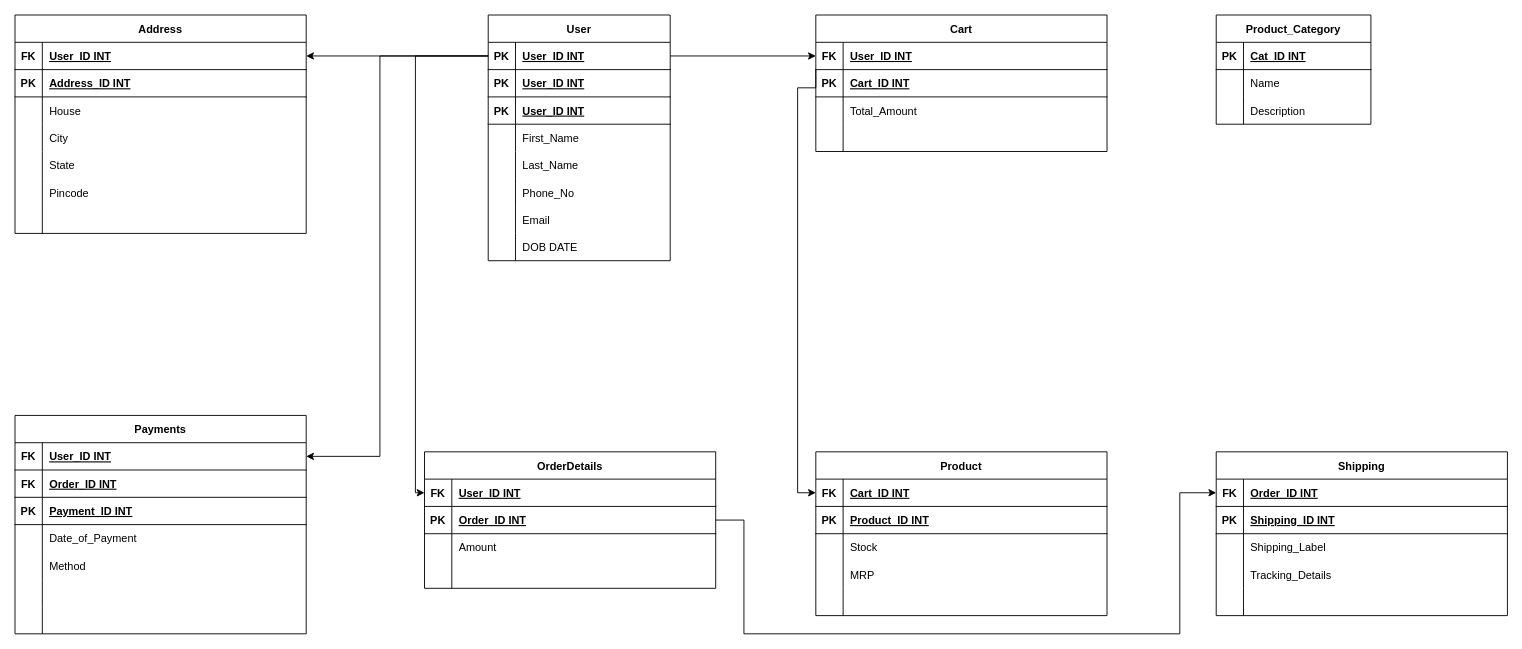
Before: ER Block Diagram.drawio in KrishnaBitthariya/college-codes, a draw.io diagram. Source tidied: cells renumbered, new cells numbered last; positions are measured from the earlier drawing's top-left corner, leaving out a move shared by most shapes. Both pictures are drawn from the tidied source at 91%, with x=0, y=0 at pixel (15, 15).
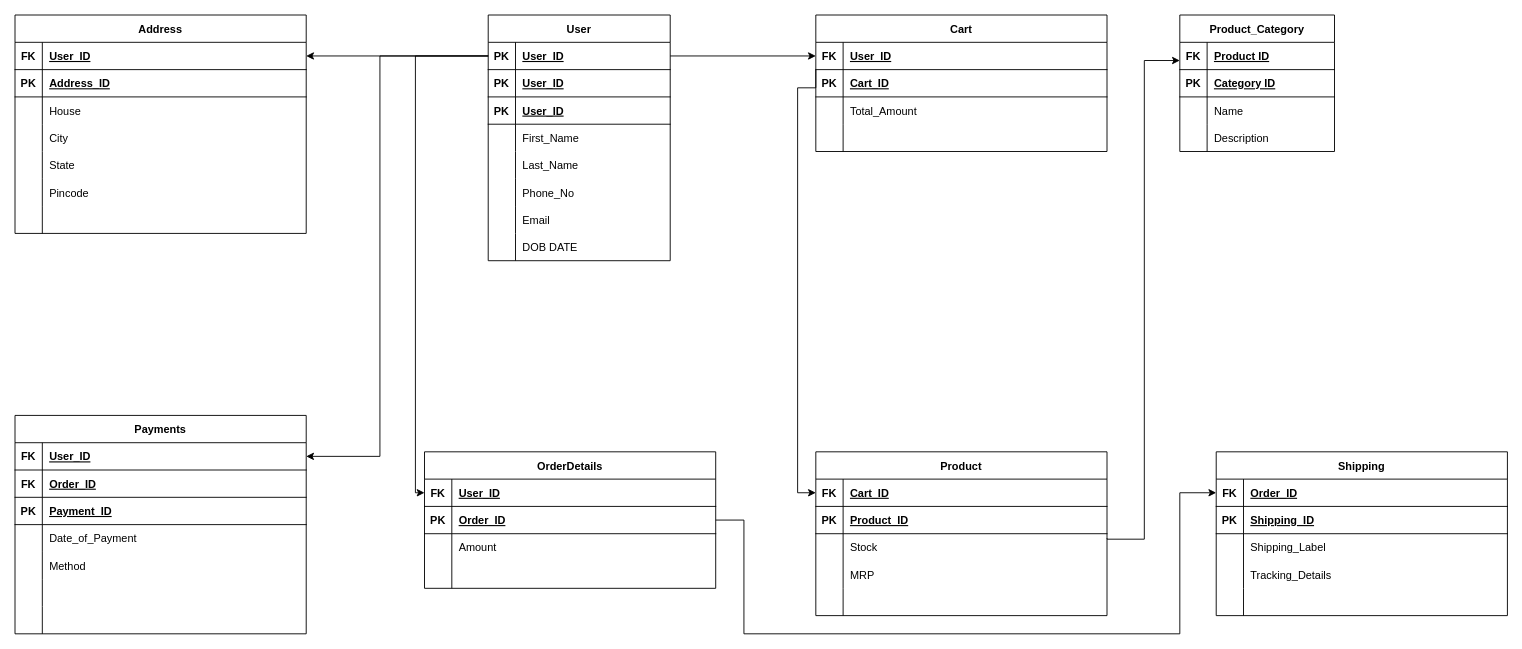
Above is the later version.

The change refers to these unchanged cells:
```xml
<mxCell id="3" style="shape=tableRow;horizontal=0;startSize=0;swimlaneHead=0;swimlaneBody=0;fillColor=none;points=[[0,0.5],[1,0.5]];portConstraint=eastwest;strokeColor=inherit;top=0;left=0;right=0;bottom=1;" parent="2" vertex="1">
  <mxGeometry y="30" width="200" height="30" as="geometry" />
</mxCell>
<mxCell id="6" style="shape=tableRow;horizontal=0;startSize=0;swimlaneHead=0;swimlaneBody=0;fillColor=none;strokeColor=inherit;top=0;left=0;right=0;bottom=1;" parent="2" vertex="1">
  <mxGeometry y="60" width="200" height="30" as="geometry" />
</mxCell>
<mxCell id="9" style="shape=tableRow;horizontal=0;startSize=0;swimlaneHead=0;swimlaneBody=0;fillColor=none;strokeColor=inherit;top=0;left=0;right=0;bottom=1;" parent="2" vertex="1">
  <mxGeometry y="90" width="200" height="30" as="geometry" />
</mxCell>
<mxCell id="28" style="shape=tableRow;horizontal=0;startSize=0;swimlaneHead=0;swimlaneBody=0;fillColor=none;points=[[0,0.5],[1,0.5]];portConstraint=eastwest;strokeColor=inherit;top=0;left=0;right=0;bottom=1;" parent="27" vertex="1">
  <mxGeometry y="30" width="320" height="30" as="geometry" />
</mxCell>
<mxCell id="31" style="shape=tableRow;horizontal=0;startSize=0;swimlaneHead=0;swimlaneBody=0;fillColor=none;strokeColor=inherit;top=0;left=0;right=0;bottom=1;" parent="27" vertex="1">
  <mxGeometry y="60" width="320" height="30" as="geometry" />
</mxCell>
<mxCell id="50" style="shape=tableRow;horizontal=0;startSize=0;swimlaneHead=0;swimlaneBody=0;fillColor=none;points=[[0,0.5],[1,0.5]];portConstraint=eastwest;strokeColor=inherit;top=0;left=0;right=0;bottom=1;" parent="49" vertex="1">
  <mxGeometry y="30" width="320" height="30" as="geometry" />
</mxCell>
<mxCell id="53" style="shape=tableRow;horizontal=0;startSize=0;swimlaneHead=0;swimlaneBody=0;fillColor=none;strokeColor=inherit;top=0;left=0;right=0;bottom=1;" parent="49" vertex="1">
  <mxGeometry y="60" width="320" height="30" as="geometry" />
</mxCell>
<mxCell id="63" style="shape=tableRow;horizontal=0;startSize=0;swimlaneHead=0;swimlaneBody=0;fillColor=none;points=[[0,0.5],[1,0.5]];portConstraint=eastwest;strokeColor=inherit;top=0;left=0;right=0;bottom=1;" parent="62" vertex="1">
  <mxGeometry y="30" width="320" height="30" as="geometry" />
</mxCell>
<mxCell id="66" style="shape=tableRow;horizontal=0;startSize=0;swimlaneHead=0;swimlaneBody=0;fillColor=none;strokeColor=inherit;top=0;left=0;right=0;bottom=1;" parent="62" vertex="1">
  <mxGeometry y="60" width="320" height="30" as="geometry" />
</mxCell>
<mxCell id="79" style="shape=tableRow;horizontal=0;startSize=0;swimlaneHead=0;swimlaneBody=0;fillColor=none;points=[[0,0.5],[1,0.5]];portConstraint=eastwest;strokeColor=inherit;top=0;left=0;right=0;bottom=1;" parent="78" vertex="1">
  <mxGeometry y="30" width="170" height="30" as="geometry" />
</mxCell>
<mxCell id="89" style="shape=tableRow;horizontal=0;startSize=0;swimlaneHead=0;swimlaneBody=0;fillColor=none;points=[[0,0.5],[1,0.5]];portConstraint=eastwest;strokeColor=inherit;top=0;left=0;right=0;bottom=1;" parent="88" vertex="1">
  <mxGeometry y="30" width="320" height="30" as="geometry" />
</mxCell>
<mxCell id="92" style="shape=tableRow;horizontal=0;startSize=0;swimlaneHead=0;swimlaneBody=0;fillColor=none;points=[[0,0.5],[1,0.5]];portConstraint=eastwest;strokeColor=inherit;top=0;left=0;right=0;bottom=1;" parent="88" vertex="1">
  <mxGeometry y="60" width="320" height="30" as="geometry" />
</mxCell>
<mxCell id="102" style="shape=tableRow;horizontal=0;startSize=0;swimlaneHead=0;swimlaneBody=0;fillColor=none;points=[[0,0.5],[1,0.5]];portConstraint=eastwest;strokeColor=inherit;top=0;left=0;right=0;bottom=1;" parent="101" vertex="1">
  <mxGeometry y="30" width="320" height="30" as="geometry" />
</mxCell>
<mxCell id="105" style="shape=tableRow;horizontal=0;startSize=0;swimlaneHead=0;swimlaneBody=0;fillColor=none;strokeColor=inherit;top=0;left=0;right=0;bottom=1;" parent="101" vertex="1">
  <mxGeometry y="60" width="320" height="30" as="geometry" />
</mxCell>
<mxCell id="108" style="shape=tableRow;horizontal=0;startSize=0;swimlaneHead=0;swimlaneBody=0;fillColor=none;strokeColor=inherit;top=0;left=0;right=0;bottom=1;" parent="101" vertex="1">
  <mxGeometry y="90" width="320" height="30" as="geometry" />
</mxCell>
<mxCell id="124" style="shape=tableRow;horizontal=0;startSize=0;swimlaneHead=0;swimlaneBody=0;fillColor=none;points=[[0,0.5],[1,0.5]];portConstraint=eastwest;strokeColor=inherit;top=0;left=0;right=0;bottom=1;" parent="123" vertex="1">
  <mxGeometry y="30" width="320" height="30" as="geometry" />
</mxCell>
<mxCell id="127" style="shape=tableRow;horizontal=0;startSize=0;swimlaneHead=0;swimlaneBody=0;fillColor=none;strokeColor=inherit;top=0;left=0;right=0;bottom=1;" parent="123" vertex="1">
  <mxGeometry y="60" width="320" height="30" as="geometry" />
</mxCell>
```

What changed in the source:
```diff
@@
-    <mxCell id="5" value="User_ID INT " style="shape=partialRectangle;overflow=hidden;fillColor=none;align=left;strokeColor=inherit;top=0;left=0;bottom=0;right=0;spacingLeft=6;fontStyle=5;" parent="3" vertex="1">
+    <mxCell id="5" value="User_ID" style="shape=partialRectangle;overflow=hidden;fillColor=none;align=left;strokeColor=inherit;top=0;left=0;bottom=0;right=0;spacingLeft=6;fontStyle=5;" parent="3" vertex="1">
       <mxGeometry x="30" width="170" height="30" as="geometry" />
     </mxCell>
@@
-    <mxCell id="8" value="User_ID INT " style="shape=partialRectangle;overflow=hidden;fillColor=none;align=left;strokeColor=inherit;top=0;left=0;bottom=0;right=0;spacingLeft=6;fontStyle=5;" parent="6" vertex="1">
+    <mxCell id="8" value="User_ID" style="shape=partialRectangle;overflow=hidden;fillColor=none;align=left;strokeColor=inherit;top=0;left=0;bottom=0;right=0;spacingLeft=6;fontStyle=5;" parent="6" vertex="1">
       <mxGeometry x="30" width="170" height="30" as="geometry" />
     </mxCell>
@@
-    <mxCell id="11" value="User_ID INT " style="shape=partialRectangle;overflow=hidden;fillColor=none;align=left;strokeColor=inherit;top=0;left=0;bottom=0;right=0;spacingLeft=6;fontStyle=5;" parent="9" vertex="1">
+    <mxCell id="11" value="User_ID" style="shape=partialRectangle;overflow=hidden;fillColor=none;align=left;strokeColor=inherit;top=0;left=0;bottom=0;right=0;spacingLeft=6;fontStyle=5;" parent="9" vertex="1">
       <mxGeometry x="30" width="170" height="30" as="geometry" />
     </mxCell>
@@
-    <mxCell id="30" value="User_ID INT" style="shape=partialRectangle;overflow=hidden;fillColor=none;align=left;strokeColor=inherit;top=0;left=0;bottom=0;right=0;spacingLeft=6;fontStyle=5;" parent="28" vertex="1">
+    <mxCell id="30" value="User_ID" style="shape=partialRectangle;overflow=hidden;fillColor=none;align=left;strokeColor=inherit;top=0;left=0;bottom=0;right=0;spacingLeft=6;fontStyle=5;" parent="28" vertex="1">
       <mxGeometry x="30" width="290" height="30" as="geometry" />
     </mxCell>
@@
-    <mxCell id="33" value="Address_ID INT " style="shape=partialRectangle;overflow=hidden;fillColor=none;align=left;strokeColor=inherit;top=0;left=0;bottom=0;right=0;spacingLeft=6;fontStyle=5;" parent="31" vertex="1">
+    <mxCell id="33" value="Address_ID" style="shape=partialRectangle;overflow=hidden;fillColor=none;align=left;strokeColor=inherit;top=0;left=0;bottom=0;right=0;spacingLeft=6;fontStyle=5;" parent="31" vertex="1">
       <mxGeometry x="30" width="290" height="30" as="geometry" />
     </mxCell>
@@
-    <mxCell id="52" value="User_ID INT" style="shape=partialRectangle;overflow=hidden;fillColor=none;align=left;strokeColor=inherit;top=0;left=0;bottom=0;right=0;spacingLeft=6;fontStyle=5;" parent="50" vertex="1">
+    <mxCell id="52" value="User_ID" style="shape=partialRectangle;overflow=hidden;fillColor=none;align=left;strokeColor=inherit;top=0;left=0;bottom=0;right=0;spacingLeft=6;fontStyle=5;" parent="50" vertex="1">
       <mxGeometry x="30" width="290" height="30" as="geometry" />
     </mxCell>
@@
-    <mxCell id="55" value="Cart_ID INT " style="shape=partialRectangle;overflow=hidden;fillColor=none;align=left;strokeColor=inherit;top=0;left=0;bottom=0;right=0;spacingLeft=6;fontStyle=5;" parent="53" vertex="1">
+    <mxCell id="55" value="Cart_ID" style="shape=partialRectangle;overflow=hidden;fillColor=none;align=left;strokeColor=inherit;top=0;left=0;bottom=0;right=0;spacingLeft=6;fontStyle=5;" parent="53" vertex="1">
       <mxGeometry x="30" width="290" height="30" as="geometry" />
     </mxCell>
@@
-    <mxCell id="65" value="Cart_ID INT" style="shape=partialRectangle;overflow=hidden;fillColor=none;align=left;strokeColor=inherit;top=0;left=0;bottom=0;right=0;spacingLeft=6;fontStyle=5;" parent="63" vertex="1">
+    <mxCell id="65" value="Cart_ID" style="shape=partialRectangle;overflow=hidden;fillColor=none;align=left;strokeColor=inherit;top=0;left=0;bottom=0;right=0;spacingLeft=6;fontStyle=5;" parent="63" vertex="1">
       <mxGeometry x="30" width="290" height="30" as="geometry" />
     </mxCell>
@@
-    <mxCell id="68" value="Product_ID INT " style="shape=partialRectangle;overflow=hidden;fillColor=none;align=left;strokeColor=inherit;top=0;left=0;bottom=0;right=0;spacingLeft=6;fontStyle=5;" parent="66" vertex="1">
+    <mxCell id="68" value="Product_ID" style="shape=partialRectangle;overflow=hidden;fillColor=none;align=left;strokeColor=inherit;top=0;left=0;bottom=0;right=0;spacingLeft=6;fontStyle=5;" parent="66" vertex="1">
       <mxGeometry x="30" width="290" height="30" as="geometry" />
     </mxCell>
@@
     <mxCell id="78" value="Product_Category" style="shape=table;startSize=30;childLayout=tableLayout;rowLines=0;fontStyle=1;align=center;" parent="1" vertex="1">
-      <mxGeometry x="1320" width="170" height="120" as="geometry" />
+      <mxGeometry x="1280" width="170" height="150" as="geometry" />
     </mxCell>
@@
-    <mxCell id="80" value="PK" style="shape=partialRectangle;overflow=hidden;fillColor=none;strokeColor=inherit;top=0;left=0;bottom=0;right=0;fontStyle=1;" parent="79" vertex="1">
+    <mxCell id="80" value="FK" style="shape=partialRectangle;overflow=hidden;fillColor=none;strokeColor=inherit;top=0;left=0;bottom=0;right=0;fontStyle=1;" parent="79" vertex="1">
       <mxGeometry width="30" height="30" as="geometry" />
     </mxCell>
-    <mxCell id="81" value="Cat_ID INT " style="shape=partialRectangle;overflow=hidden;fillColor=none;align=left;strokeColor=inherit;top=0;left=0;bottom=0;right=0;spacingLeft=6;fontStyle=5;" parent="79" vertex="1">
+    <mxCell id="81" value="Product ID" style="shape=partialRectangle;overflow=hidden;fillColor=none;align=left;strokeColor=inherit;top=0;left=0;bottom=0;right=0;spacingLeft=6;fontStyle=5;" parent="79" vertex="1">
       <mxGeometry x="30" width="140" height="30" as="geometry" />
     </mxCell>
-    <mxCell id="82" style="shape=tableRow;horizontal=0;startSize=0;swimlaneHead=0;swimlaneBody=0;fillColor=none;strokeColor=inherit;top=0;left=0;right=0;bottom=0;" parent="78" vertex="1">
-      <mxGeometry y="60" width="170" height="30" as="geometry" />
-    </mxCell>
-    <mxCell id="83" style="shape=partialRectangle;overflow=hidden;fillColor=none;strokeColor=inherit;top=0;left=0;bottom=0;right=0;" parent="82" vertex="1">
-      <mxGeometry width="30" height="30" as="geometry" />
-    </mxCell>
+    <mxCell id="145" style="shape=tableRow;horizontal=0;startSize=0;swimlaneHead=0;swimlaneBody=0;fillColor=none;strokeColor=inherit;top=0;left=0;right=0;bottom=1;" parent="78" vertex="1">
+      <mxGeometry y="60" width="170" height="30" as="geometry" />
+    </mxCell>
+    <mxCell id="146" value="PK" style="shape=partialRectangle;overflow=hidden;fillColor=none;strokeColor=inherit;top=0;left=0;bottom=0;right=0;fontStyle=1;" parent="145" vertex="1">
+      <mxGeometry width="30" height="30" as="geometry" />
+    </mxCell>
+    <mxCell id="147" value="Category ID" style="shape=partialRectangle;overflow=hidden;fillColor=none;align=left;strokeColor=inherit;top=0;left=0;bottom=0;right=0;spacingLeft=6;fontStyle=5;" parent="145" vertex="1">
+      <mxGeometry x="30" width="140" height="30" as="geometry" />
+    </mxCell>
+    <mxCell id="85" style="shape=tableRow;horizontal=0;startSize=0;swimlaneHead=0;swimlaneBody=0;fillColor=none;strokeColor=inherit;top=0;left=0;right=0;bottom=0;" parent="78" vertex="1">
+      <mxGeometry y="90" width="170" height="30" as="geometry" />
+    </mxCell>
+    <mxCell id="148" style="shape=partialRectangle;overflow=hidden;fillColor=none;strokeColor=inherit;top=0;left=0;bottom=0;right=0;" parent="85" vertex="1">
+      <mxGeometry width="30" height="30" as="geometry" />
+    </mxCell>
-    <mxCell id="84" value="Name" style="shape=partialRectangle;overflow=hidden;fillColor=none;align=left;strokeColor=inherit;top=0;left=0;bottom=0;right=0;spacingLeft=6;" parent="82" vertex="1">
+    <mxCell id="84" value="Name" style="shape=partialRectangle;overflow=hidden;fillColor=none;align=left;strokeColor=inherit;top=0;left=0;bottom=0;right=0;spacingLeft=6;" parent="85" vertex="1">
       <mxGeometry x="30" width="140" height="30" as="geometry" />
     </mxCell>
-    <mxCell id="85" style="shape=tableRow;horizontal=0;startSize=0;swimlaneHead=0;swimlaneBody=0;fillColor=none;strokeColor=inherit;top=0;left=0;right=0;bottom=0;" parent="78" vertex="1">
-      <mxGeometry y="90" width="170" height="30" as="geometry" />
-    </mxCell>
-    <mxCell id="86" style="shape=partialRectangle;overflow=hidden;fillColor=none;strokeColor=inherit;top=0;left=0;bottom=0;right=0;" parent="85" vertex="1">
-      <mxGeometry width="30" height="30" as="geometry" />
-    </mxCell>
+    <mxCell id="149" style="shape=tableRow;horizontal=0;startSize=0;swimlaneHead=0;swimlaneBody=0;fillColor=none;strokeColor=inherit;top=0;left=0;right=0;bottom=0;" parent="78" vertex="1">
+      <mxGeometry y="120" width="170" height="30" as="geometry" />
+    </mxCell>
+    <mxCell id="150" style="shape=partialRectangle;overflow=hidden;fillColor=none;strokeColor=inherit;top=0;left=0;bottom=0;right=0;" parent="149" vertex="1">
+      <mxGeometry width="30" height="30" as="geometry" />
+    </mxCell>
-    <mxCell id="87" value="Description" style="shape=partialRectangle;overflow=hidden;fillColor=none;align=left;strokeColor=inherit;top=0;left=0;bottom=0;right=0;spacingLeft=6;" parent="85" vertex="1">
+    <mxCell id="87" value="Description" style="shape=partialRectangle;overflow=hidden;fillColor=none;align=left;strokeColor=inherit;top=0;left=0;bottom=0;right=0;spacingLeft=6;" parent="149" vertex="1">
       <mxGeometry x="30" width="140" height="30" as="geometry" />
     </mxCell>
@@
-    <mxCell id="91" value="User_ID INT" style="shape=partialRectangle;overflow=hidden;fillColor=none;align=left;strokeColor=inherit;top=0;left=0;bottom=0;right=0;spacingLeft=6;fontStyle=5;" parent="89" vertex="1">
+    <mxCell id="91" value="User_ID" style="shape=partialRectangle;overflow=hidden;fillColor=none;align=left;strokeColor=inherit;top=0;left=0;bottom=0;right=0;spacingLeft=6;fontStyle=5;" parent="89" vertex="1">
       <mxGeometry x="30" width="290" height="30" as="geometry" />
     </mxCell>
@@
-    <mxCell id="94" value="Order_ID INT " style="shape=partialRectangle;overflow=hidden;fillColor=none;align=left;strokeColor=inherit;top=0;left=0;bottom=0;right=0;spacingLeft=6;fontStyle=5;" parent="92" vertex="1">
+    <mxCell id="94" value="Order_ID" style="shape=partialRectangle;overflow=hidden;fillColor=none;align=left;strokeColor=inherit;top=0;left=0;bottom=0;right=0;spacingLeft=6;fontStyle=5;" parent="92" vertex="1">
       <mxGeometry x="30" width="290" height="30" as="geometry" />
     </mxCell>
@@
-    <mxCell id="104" value="User_ID INT" style="shape=partialRectangle;overflow=hidden;fillColor=none;align=left;strokeColor=inherit;top=0;left=0;bottom=0;right=0;spacingLeft=6;fontStyle=5;" parent="102" vertex="1">
+    <mxCell id="104" value="User_ID" style="shape=partialRectangle;overflow=hidden;fillColor=none;align=left;strokeColor=inherit;top=0;left=0;bottom=0;right=0;spacingLeft=6;fontStyle=5;" parent="102" vertex="1">
       <mxGeometry x="30" width="290" height="30" as="geometry" />
     </mxCell>
@@
-    <mxCell id="107" value="Order_ID INT" style="shape=partialRectangle;overflow=hidden;fillColor=none;align=left;strokeColor=inherit;top=0;left=0;bottom=0;right=0;spacingLeft=6;fontStyle=5;" parent="105" vertex="1">
+    <mxCell id="107" value="Order_ID" style="shape=partialRectangle;overflow=hidden;fillColor=none;align=left;strokeColor=inherit;top=0;left=0;bottom=0;right=0;spacingLeft=6;fontStyle=5;" parent="105" vertex="1">
       <mxGeometry x="30" width="290" height="30" as="geometry" />
     </mxCell>
@@
-    <mxCell id="110" value="Payment_ID INT " style="shape=partialRectangle;overflow=hidden;fillColor=none;align=left;strokeColor=inherit;top=0;left=0;bottom=0;right=0;spacingLeft=6;fontStyle=5;" parent="108" vertex="1">
+    <mxCell id="110" value="Payment_ID" style="shape=partialRectangle;overflow=hidden;fillColor=none;align=left;strokeColor=inherit;top=0;left=0;bottom=0;right=0;spacingLeft=6;fontStyle=5;" parent="108" vertex="1">
       <mxGeometry x="30" width="290" height="30" as="geometry" />
     </mxCell>
@@
-    <mxCell id="126" value="Order_ID INT" style="shape=partialRectangle;overflow=hidden;fillColor=none;align=left;strokeColor=inherit;top=0;left=0;bottom=0;right=0;spacingLeft=6;fontStyle=5;" parent="124" vertex="1">
+    <mxCell id="126" value="Order_ID" style="shape=partialRectangle;overflow=hidden;fillColor=none;align=left;strokeColor=inherit;top=0;left=0;bottom=0;right=0;spacingLeft=6;fontStyle=5;" parent="124" vertex="1">
       <mxGeometry x="30" width="290" height="30" as="geometry" />
     </mxCell>
@@
-    <mxCell id="129" value="Shipping_ID INT " style="shape=partialRectangle;overflow=hidden;fillColor=none;align=left;strokeColor=inherit;top=0;left=0;bottom=0;right=0;spacingLeft=6;fontStyle=5;" parent="127" vertex="1">
+    <mxCell id="129" value="Shipping_ID" style="shape=partialRectangle;overflow=hidden;fillColor=none;align=left;strokeColor=inherit;top=0;left=0;bottom=0;right=0;spacingLeft=6;fontStyle=5;" parent="127" vertex="1">
       <mxGeometry x="30" width="290" height="30" as="geometry" />
     </mxCell>
@@
+    <mxCell id="151" style="edgeStyle=orthogonalEdgeStyle;rounded=0;jettySize=auto;html=1;exitX=1;exitY=0.5;exitDx=0;exitDy=0;entryX=0;entryY=0.667;entryDx=0;entryDy=0;entryPerimeter=0;" parent="1" edge="1" target="79">
+      <mxGeometry relative="1" as="geometry">
+        <mxPoint x="1200" y="575" as="sourcePoint" />
+        <Array as="points">
+          <mxPoint x="1200" y="576" />
+          <mxPoint x="1241" y="576" />
+          <mxPoint x="1241" y="50" />
+        </Array>
+      </mxGeometry>
+    </mxCell>
```
